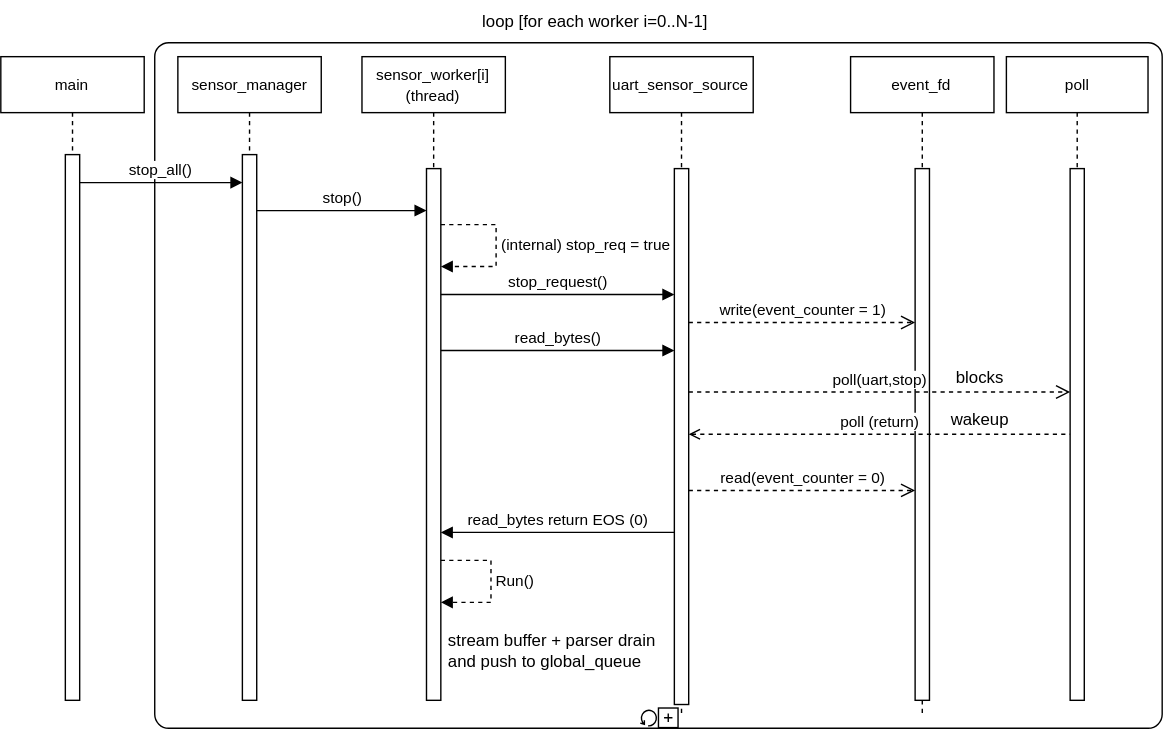
This is docs/diagrams/mpsc_stop_seq.drawio.svg from kfirwolf/sensor-pipeline-mpsc, a draw.io export, as it was before one commit. Source tidied: cells renumbered, new cells last; positions are measured from the earlier drawing's top-left corner, leaving out a move shared by most shapes.
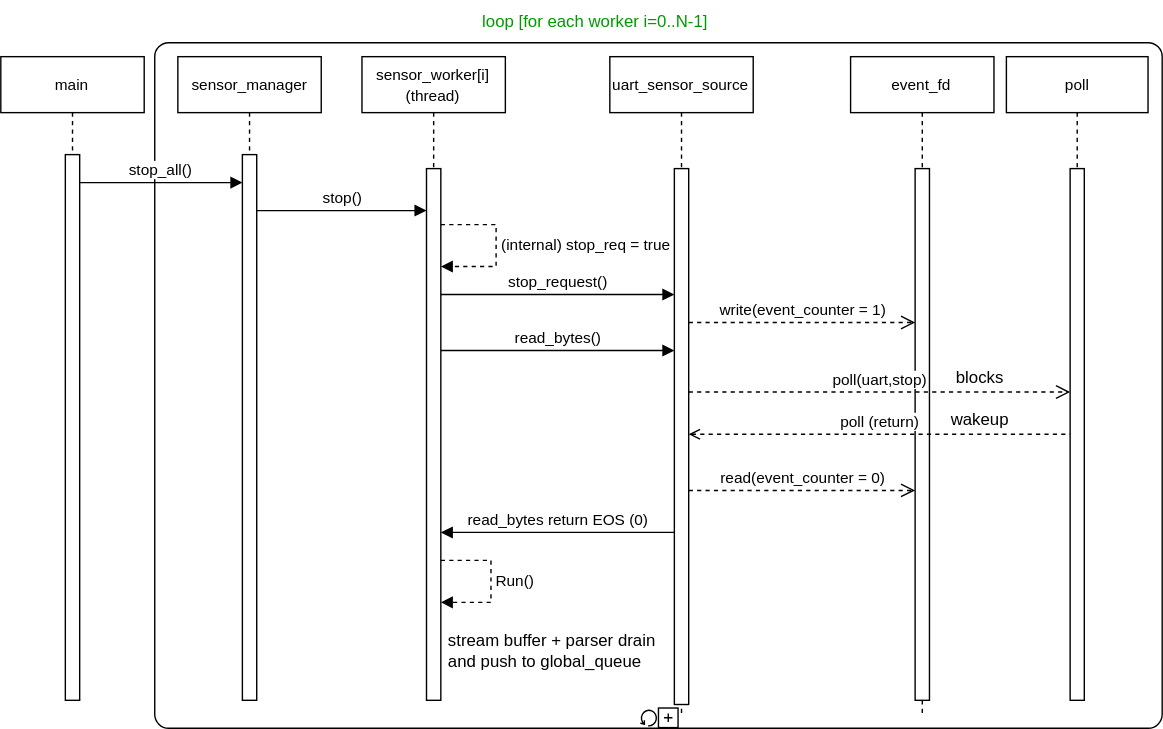
Later version of the same file.

Diff of the diagram source:
```diff
@@ -11,7 +11,7 @@
     <mxCell id="4" value="wakeup" style="text;html=1;whiteSpace=wrap;strokeColor=none;fillColor=none;align=center;verticalAlign=middle;rounded=0;" parent="1" vertex="1">
       <mxGeometry x="670" y="285" width="60" height="30" as="geometry" />
     </mxCell>
-    <mxCell id="5" value="loop [for each worker i=0..N-1]" style="text;html=1;whiteSpace=wrap;strokeColor=none;fillColor=none;align=center;verticalAlign=middle;rounded=0;" parent="1" vertex="1">
+    <mxCell id="5" value="&lt;font style=&quot;color: rgb(0, 153, 0);&quot;&gt;loop [for each worker i=0..N-1]&lt;/font&gt;" style="text;html=1;whiteSpace=wrap;strokeColor=none;fillColor=none;align=center;verticalAlign=middle;rounded=0;" parent="1" vertex="1">
       <mxGeometry x="340" width="170" height="30" as="geometry" />
     </mxCell>
     <mxCell id="6" value="&lt;font style=&quot;font-size: 11px;&quot;&gt;event_fd&lt;/font&gt;" style="shape=umlLifeline;perimeter=lifelinePerimeter;whiteSpace=wrap;html=1;newEdgeStyle={&quot;edgeStyle&quot;:&quot;elbowEdgeStyle&quot;,&quot;elbow&quot;:&quot;vertical&quot;,&quot;curved&quot;:0,&quot;rounded&quot;:0};" parent="1" vertex="1">
```
